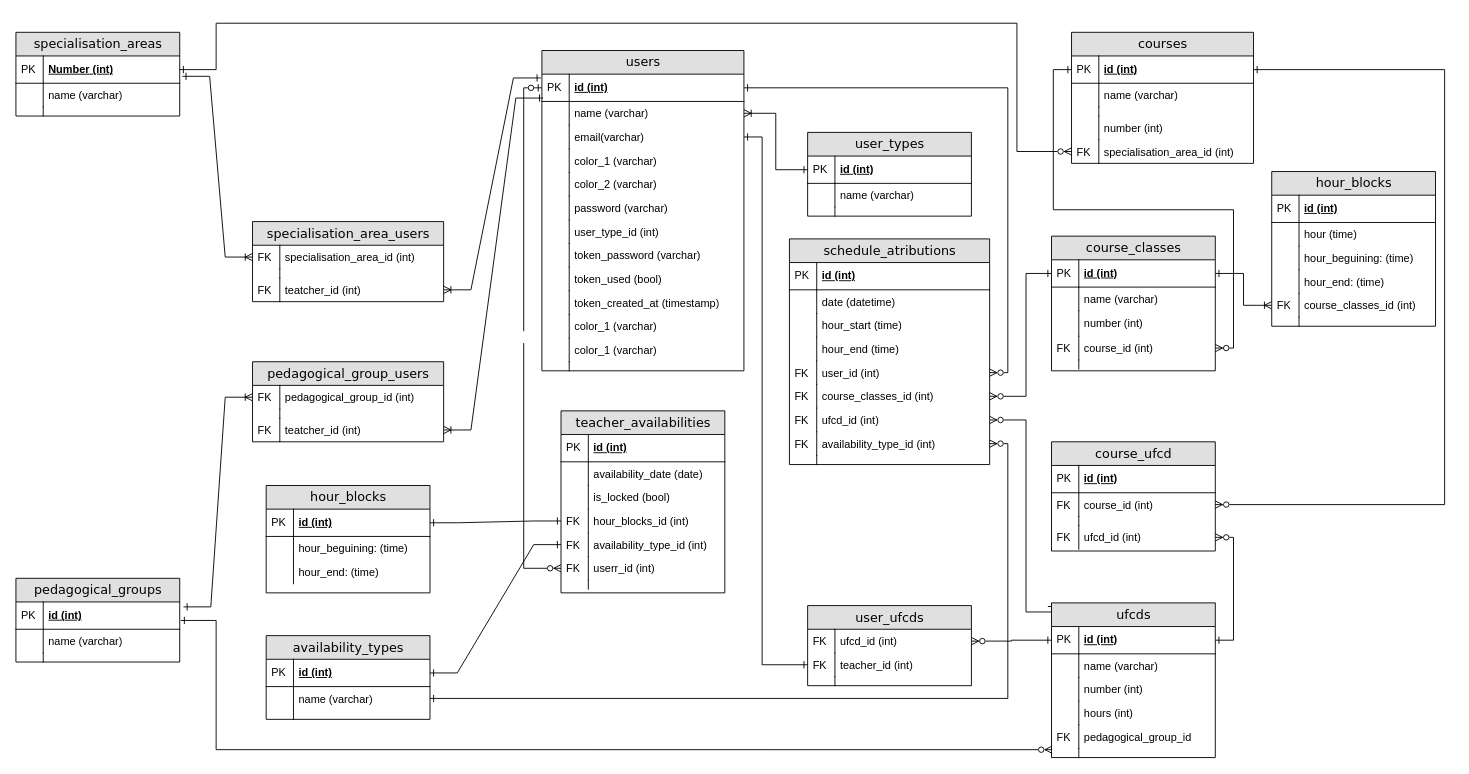
Above: Documentação/Arquitetura de Sistema - gráficos/Modelo de Dados V2.drawio in LaggyMcLagg/Agile-Wing (draw.io), before the change. Source tidied: cells renumbered, new cells numbered last; positions are measured from the earlier drawing's top-left corner, leaving out a move shared by most shapes. Both pictures are drawn from the tidied source at 91%, with x=0, y=0 at pixel (15, 23).
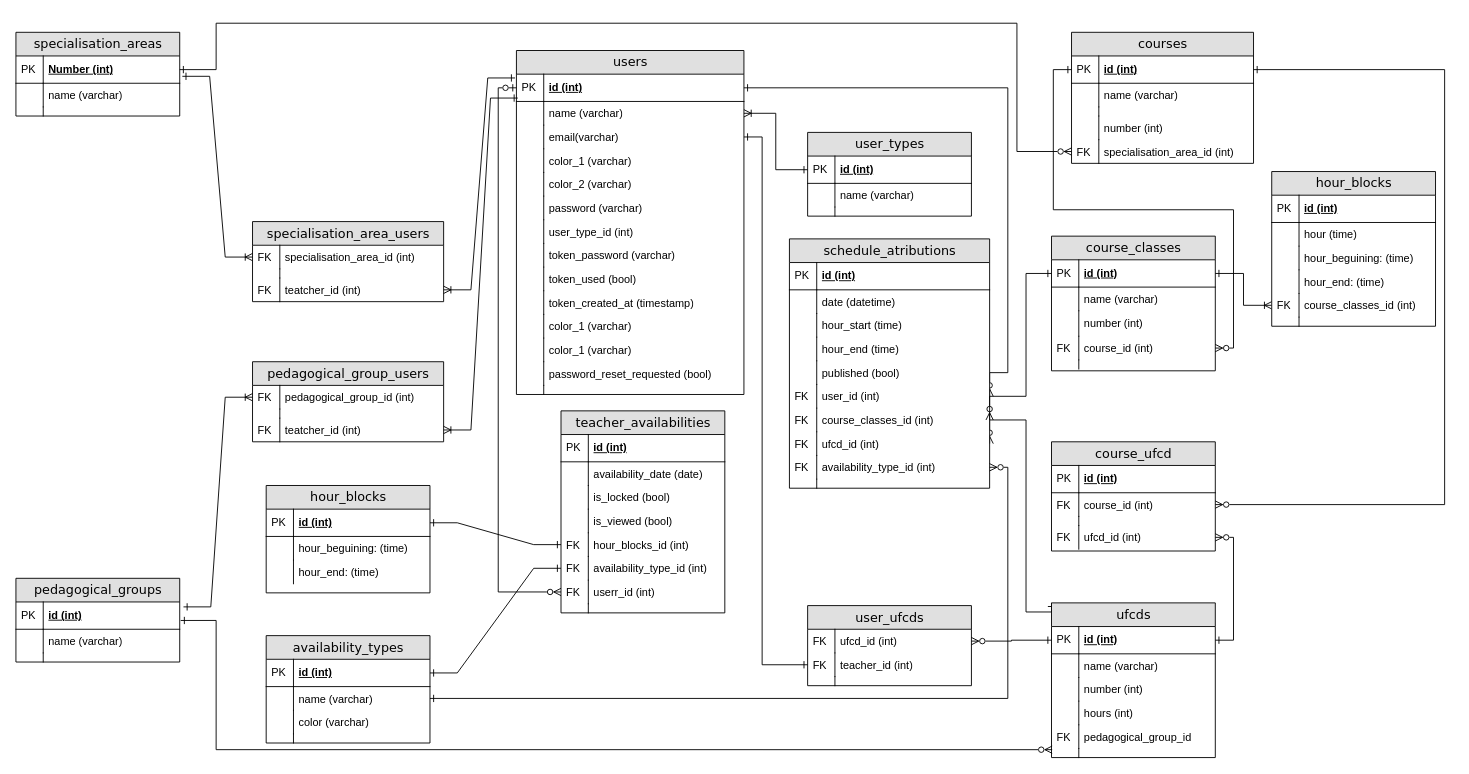
After the change.

The edit, as a diff of the source:
```diff
@@
     <mxCell id="20" value="users" style="swimlane;html=1;fontStyle=0;horizontal=1;startSize=26;fillColor=#e0e0e0;swimlaneFillColor=#ffffff;align=center;rounded=0;shadow=0;comic=0;labelBackgroundColor=none;strokeWidth=1;fontFamily=Verdana;fontSize=14;" parent="1" vertex="1">
-      <mxGeometry x="578" y="30" width="222" height="352" as="geometry" />
+      <mxGeometry x="550" y="30" width="250" height="378" as="geometry" />
     </mxCell>
     <mxCell id="21" value="id  (int)" style="shape=partialRectangle;top=0;left=0;right=0;bottom=1;html=1;align=left;verticalAlign=middle;fillColor=none;spacingLeft=34;spacingRight=4;whiteSpace=wrap;overflow=hidden;points=[[0,0.5],[1,0.5]];portConstraint=eastwest;fontStyle=5;" parent="20" vertex="1">
-      <mxGeometry y="26" width="222" height="30" as="geometry" />
+      <mxGeometry y="26" width="250" height="30" as="geometry" />
     </mxCell>
@@
     <mxCell id="23" value="name (varchar)" style="shape=partialRectangle;top=0;left=0;right=0;bottom=0;html=1;align=left;verticalAlign=top;fillColor=none;spacingLeft=34;spacingRight=4;whiteSpace=wrap;overflow=hidden;points=[[0,0.5],[1,0.5]];portConstraint=eastwest;" parent="20" vertex="1">
-      <mxGeometry y="56" width="222" height="26" as="geometry" />
+      <mxGeometry y="56" width="250" height="26" as="geometry" />
     </mxCell>
@@
     <mxCell id="25" value="email(varchar)" style="shape=partialRectangle;top=0;left=0;right=0;bottom=0;html=1;align=left;verticalAlign=top;fillColor=none;spacingLeft=34;spacingRight=4;whiteSpace=wrap;overflow=hidden;points=[[0,0.5],[1,0.5]];portConstraint=eastwest;" parent="20" vertex="1">
-      <mxGeometry y="82" width="222" height="26" as="geometry" />
+      <mxGeometry y="82" width="250" height="26" as="geometry" />
     </mxCell>
@@
     <mxCell id="27" value="color_1 (varchar)" style="shape=partialRectangle;top=0;left=0;right=0;bottom=0;html=1;align=left;verticalAlign=top;fillColor=none;spacingLeft=34;spacingRight=4;whiteSpace=wrap;overflow=hidden;" parent="20" vertex="1">
-      <mxGeometry y="108" width="222" height="26" as="geometry" />
+      <mxGeometry y="108" width="250" height="26" as="geometry" />
     </mxCell>
@@
     <mxCell id="29" value="color_2 (varchar)" style="shape=partialRectangle;top=0;left=0;right=0;bottom=0;html=1;align=left;verticalAlign=top;fillColor=none;spacingLeft=34;spacingRight=4;whiteSpace=wrap;overflow=hidden;" parent="20" vertex="1">
-      <mxGeometry y="134" width="222" height="26" as="geometry" />
+      <mxGeometry y="134" width="250" height="26" as="geometry" />
     </mxCell>
@@
     <mxCell id="31" value="password (varchar)" style="shape=partialRectangle;top=0;left=0;right=0;bottom=0;html=1;align=left;verticalAlign=top;fillColor=none;spacingLeft=34;spacingRight=4;whiteSpace=wrap;overflow=hidden;" parent="20" vertex="1">
-      <mxGeometry y="160" width="222" height="26" as="geometry" />
+      <mxGeometry y="160" width="250" height="26" as="geometry" />
     </mxCell>
@@
     <mxCell id="33" value="user_type_id (int)" style="shape=partialRectangle;top=0;left=0;right=0;bottom=0;html=1;align=left;verticalAlign=top;fillColor=none;spacingLeft=34;spacingRight=4;whiteSpace=wrap;overflow=hidden;" parent="20" vertex="1">
-      <mxGeometry y="186" width="222" height="26" as="geometry" />
+      <mxGeometry y="186" width="250" height="26" as="geometry" />
     </mxCell>
@@
     <mxCell id="35" value="token_password (varchar)" style="shape=partialRectangle;top=0;left=0;right=0;bottom=0;html=1;align=left;verticalAlign=top;fillColor=none;spacingLeft=34;spacingRight=4;whiteSpace=wrap;overflow=hidden;" parent="20" vertex="1">
-      <mxGeometry y="212" width="222" height="26" as="geometry" />
+      <mxGeometry y="212" width="250" height="26" as="geometry" />
     </mxCell>
@@
     <mxCell id="37" value="token_used (bool)" style="shape=partialRectangle;top=0;left=0;right=0;bottom=0;html=1;align=left;verticalAlign=top;fillColor=none;spacingLeft=34;spacingRight=4;whiteSpace=wrap;overflow=hidden;" parent="20" vertex="1">
-      <mxGeometry y="238" width="222" height="26" as="geometry" />
+      <mxGeometry y="238" width="250" height="26" as="geometry" />
     </mxCell>
@@
     <mxCell id="39" value="token_created_at (timestamp)" style="shape=partialRectangle;top=0;left=0;right=0;bottom=0;html=1;align=left;verticalAlign=top;fillColor=none;spacingLeft=34;spacingRight=4;whiteSpace=wrap;overflow=hidden;" parent="20" vertex="1">
-      <mxGeometry y="264" width="222" height="26" as="geometry" />
+      <mxGeometry y="264" width="250" height="26" as="geometry" />
     </mxCell>
@@
     <mxCell id="41" value="color_1 (varchar)" style="shape=partialRectangle;top=0;left=0;right=0;bottom=0;html=1;align=left;verticalAlign=top;fillColor=none;spacingLeft=34;spacingRight=4;whiteSpace=wrap;overflow=hidden;" parent="20" vertex="1">
-      <mxGeometry y="290" width="222" height="26" as="geometry" />
+      <mxGeometry y="290" width="250" height="26" as="geometry" />
     </mxCell>
@@
     <mxCell id="43" value="color_1 (varchar)" style="shape=partialRectangle;top=0;left=0;right=0;bottom=0;html=1;align=left;verticalAlign=top;fillColor=none;spacingLeft=34;spacingRight=4;whiteSpace=wrap;overflow=hidden;" parent="20" vertex="1">
-      <mxGeometry y="316" width="222" height="26" as="geometry" />
+      <mxGeometry y="316" width="250" height="26" as="geometry" />
     </mxCell>
@@
+    <mxCell id="197" value="password_reset_requested (bool)" style="shape=partialRectangle;top=0;left=0;right=0;bottom=0;html=1;align=left;verticalAlign=top;fillColor=none;spacingLeft=34;spacingRight=4;whiteSpace=wrap;overflow=hidden;" parent="20" vertex="1">
+      <mxGeometry y="342" width="250" height="26" as="geometry" />
+    </mxCell>
+    <mxCell id="198" style="shape=partialRectangle;top=0;left=0;bottom=0;html=1;fillColor=none;align=left;verticalAlign=top;spacingLeft=4;spacingRight=4;whiteSpace=wrap;overflow=hidden;" parent="197" vertex="1">
+      <mxGeometry width="30" height="26" as="geometry" />
+    </mxCell>
     <mxCell id="45" style="shape=partialRectangle;top=0;left=0;right=0;bottom=0;html=1;align=left;verticalAlign=top;fillColor=none;spacingLeft=34;spacingRight=4;whiteSpace=wrap;overflow=hidden;" parent="20" vertex="1">
-      <mxGeometry y="342" width="222" height="10" as="geometry" />
+      <mxGeometry y="368" width="250" height="10" as="geometry" />
     </mxCell>
@@
     <mxCell id="72" value="teacher_availabilities" style="swimlane;html=1;fontStyle=0;horizontal=1;startSize=26;fillColor=#e0e0e0;swimlaneFillColor=#ffffff;align=center;rounded=0;shadow=0;comic=0;labelBackgroundColor=none;strokeWidth=1;fontFamily=Verdana;fontSize=14;" parent="1" vertex="1">
-      <mxGeometry x="599" y="426" width="180" height="200" as="geometry" />
+      <mxGeometry x="599" y="426" width="180" height="222" as="geometry" />
     </mxCell>
@@
+    <mxCell id="199" value="is_viewed (bool)" style="shape=partialRectangle;top=0;left=0;right=0;bottom=0;html=1;align=left;verticalAlign=top;fillColor=none;spacingLeft=34;spacingRight=4;whiteSpace=wrap;overflow=hidden;" parent="72" vertex="1">
+      <mxGeometry y="108" width="180" height="26" as="geometry" />
+    </mxCell>
+    <mxCell id="200" style="shape=partialRectangle;top=0;left=0;bottom=0;html=1;fillColor=none;align=left;verticalAlign=top;spacingLeft=4;spacingRight=4;whiteSpace=wrap;overflow=hidden;" parent="199" vertex="1">
+      <mxGeometry width="30" height="26" as="geometry" />
+    </mxCell>
     <mxCell id="79" value="hour_blocks_id (int)" style="shape=partialRectangle;top=0;left=0;right=0;bottom=0;html=1;align=left;verticalAlign=top;fillColor=none;spacingLeft=34;spacingRight=4;whiteSpace=wrap;overflow=hidden;points=[[0,0.5],[1,0.5]];portConstraint=eastwest;" parent="72" vertex="1">
-      <mxGeometry y="108" width="180" height="26" as="geometry" />
+      <mxGeometry y="134" width="180" height="26" as="geometry" />
     </mxCell>
@@
     <mxCell id="81" value="availability_type_id (int)" style="shape=partialRectangle;top=0;left=0;right=0;bottom=0;html=1;align=left;verticalAlign=top;fillColor=none;spacingLeft=34;spacingRight=4;whiteSpace=wrap;overflow=hidden;points=[[0,0.5],[1,0.5]];portConstraint=eastwest;" parent="72" vertex="1">
-      <mxGeometry y="134" width="180" height="26" as="geometry" />
+      <mxGeometry y="160" width="180" height="26" as="geometry" />
     </mxCell>
@@
     <mxCell id="83" value="userr_id (int)" style="shape=partialRectangle;top=0;left=0;right=0;bottom=0;html=1;align=left;verticalAlign=top;fillColor=none;spacingLeft=34;spacingRight=4;whiteSpace=wrap;overflow=hidden;points=[[0,0.5],[1,0.5]];portConstraint=eastwest;" parent="72" vertex="1">
-      <mxGeometry y="160" width="180" height="26" as="geometry" />
+      <mxGeometry y="186" width="180" height="26" as="geometry" />
     </mxCell>
@@
     <mxCell id="85" style="shape=partialRectangle;top=0;left=0;right=0;bottom=0;html=1;align=left;verticalAlign=top;fillColor=none;spacingLeft=34;spacingRight=4;whiteSpace=wrap;overflow=hidden;" parent="72" vertex="1">
-      <mxGeometry y="186" width="180" height="10" as="geometry" />
+      <mxGeometry y="212" width="180" height="10" as="geometry" />
     </mxCell>
@@
     <mxCell id="87" value="availability_types" style="swimlane;html=1;fontStyle=0;horizontal=1;startSize=26;fillColor=#e0e0e0;swimlaneFillColor=#ffffff;align=center;rounded=0;shadow=0;comic=0;labelBackgroundColor=none;strokeWidth=1;fontFamily=Verdana;fontSize=14;" parent="1" vertex="1">
-      <mxGeometry x="275" y="673" width="180" height="92" as="geometry" />
+      <mxGeometry x="275" y="673" width="180" height="118" as="geometry" />
     </mxCell>
@@
+    <mxCell id="201" value="color (varchar)" style="shape=partialRectangle;top=0;left=0;right=0;bottom=0;html=1;align=left;verticalAlign=top;fillColor=none;spacingLeft=34;spacingRight=4;whiteSpace=wrap;overflow=hidden;" parent="87" vertex="1">
+      <mxGeometry y="82" width="180" height="26" as="geometry" />
+    </mxCell>
+    <mxCell id="202" style="shape=partialRectangle;top=0;left=0;bottom=0;html=1;fillColor=none;align=left;verticalAlign=top;spacingLeft=4;spacingRight=4;whiteSpace=wrap;overflow=hidden;" parent="201" vertex="1">
+      <mxGeometry width="30" height="26" as="geometry" />
+    </mxCell>
     <mxCell id="92" style="shape=partialRectangle;top=0;left=0;right=0;bottom=0;html=1;align=left;verticalAlign=top;fillColor=none;spacingLeft=34;spacingRight=4;whiteSpace=wrap;overflow=hidden;" parent="87" vertex="1">
-      <mxGeometry y="82" width="180" height="10" as="geometry" />
+      <mxGeometry y="108" width="180" height="10" as="geometry" />
     </mxCell>
@@
-    <mxCell id="105" value="&amp;nbsp;" style="edgeStyle=orthogonalEdgeStyle;rounded=0;jettySize=auto;html=1;exitX=0;exitY=0.5;exitDx=0;exitDy=0;entryX=0;entryY=0.5;entryDx=0;entryDy=0;endArrow=ERzeroToOne;endFill=0;startArrow=ERzeroToMany;startFill=0;" parent="1" edge="1" source="83" target="21">
-      <mxGeometry relative="1" as="geometry" />
+    <mxCell id="105" style="edgeStyle=orthogonalEdgeStyle;rounded=0;jettySize=auto;html=1;exitX=0;exitY=0.5;exitDx=0;exitDy=0;entryX=0;entryY=0.5;entryDx=0;entryDy=0;endArrow=ERzeroToOne;endFill=0;startArrow=ERzeroToMany;startFill=0;" parent="1" edge="1" source="83" target="21">
+      <mxGeometry x="-0.06" y="18" relative="1" as="geometry" />
     </mxCell>
@@
     <mxCell id="176" value="schedule_atributions " style="swimlane;html=1;fontStyle=0;horizontal=1;startSize=26;fillColor=#e0e0e0;swimlaneFillColor=#ffffff;align=center;rounded=0;shadow=0;comic=0;labelBackgroundColor=none;strokeWidth=1;fontFamily=Verdana;fontSize=14;" parent="1" vertex="1">
-      <mxGeometry x="850" y="237" width="220" height="248" as="geometry" />
+      <mxGeometry x="850" y="237" width="220" height="274" as="geometry" />
     </mxCell>
@@
+    <mxCell id="203" value="published (bool)" style="shape=partialRectangle;top=0;left=0;right=0;bottom=0;html=1;align=left;verticalAlign=top;fillColor=none;spacingLeft=34;spacingRight=4;whiteSpace=wrap;overflow=hidden;" parent="176" vertex="1">
+      <mxGeometry y="134" width="220" height="26" as="geometry" />
+    </mxCell>
+    <mxCell id="204" style="shape=partialRectangle;top=0;left=0;bottom=0;html=1;fillColor=none;align=left;verticalAlign=top;spacingLeft=4;spacingRight=4;whiteSpace=wrap;overflow=hidden;" parent="203" vertex="1">
+      <mxGeometry width="30" height="26" as="geometry" />
+    </mxCell>
     <mxCell id="185" value="user_id (int)" style="shape=partialRectangle;top=0;left=0;right=0;bottom=0;html=1;align=left;verticalAlign=top;fillColor=none;spacingLeft=34;spacingRight=4;whiteSpace=wrap;overflow=hidden;points=[[0,0.5],[1,0.5]];portConstraint=eastwest;" parent="176" vertex="1">
-      <mxGeometry y="134" width="220" height="26" as="geometry" />
+      <mxGeometry y="160" width="220" height="26" as="geometry" />
     </mxCell>
@@
     <mxCell id="187" value="course_classes_id (int)" style="shape=partialRectangle;top=0;left=0;right=0;bottom=0;html=1;align=left;verticalAlign=top;fillColor=none;spacingLeft=34;spacingRight=4;whiteSpace=wrap;overflow=hidden;points=[[0,0.5],[1,0.5]];portConstraint=eastwest;" parent="176" vertex="1">
-      <mxGeometry y="160" width="220" height="26" as="geometry" />
+      <mxGeometry y="186" width="220" height="26" as="geometry" />
     </mxCell>
@@
     <mxCell id="189" value="ufcd_id (int)" style="shape=partialRectangle;top=0;left=0;right=0;bottom=0;html=1;align=left;verticalAlign=top;fillColor=none;spacingLeft=34;spacingRight=4;whiteSpace=wrap;overflow=hidden;points=[[0,0.5],[1,0.5]];portConstraint=eastwest;" parent="176" vertex="1">
-      <mxGeometry y="186" width="220" height="26" as="geometry" />
+      <mxGeometry y="212" width="220" height="26" as="geometry" />
     </mxCell>
@@
     <mxCell id="191" value="availability_type_id (int)" style="shape=partialRectangle;top=0;left=0;right=0;bottom=0;html=1;align=left;verticalAlign=top;fillColor=none;spacingLeft=34;spacingRight=4;whiteSpace=wrap;overflow=hidden;points=[[0,0.5],[1,0.5]];portConstraint=eastwest;" parent="176" vertex="1">
-      <mxGeometry y="212" width="220" height="26" as="geometry" />
+      <mxGeometry y="238" width="220" height="26" as="geometry" />
     </mxCell>
@@
     <mxCell id="193" style="shape=partialRectangle;top=0;left=0;right=0;bottom=0;html=1;align=left;verticalAlign=top;fillColor=none;spacingLeft=34;spacingRight=4;whiteSpace=wrap;overflow=hidden;" parent="176" vertex="1">
-      <mxGeometry y="238" width="220" height="10" as="geometry" />
+      <mxGeometry y="264" width="220" height="10" as="geometry" />
     </mxCell>
```
